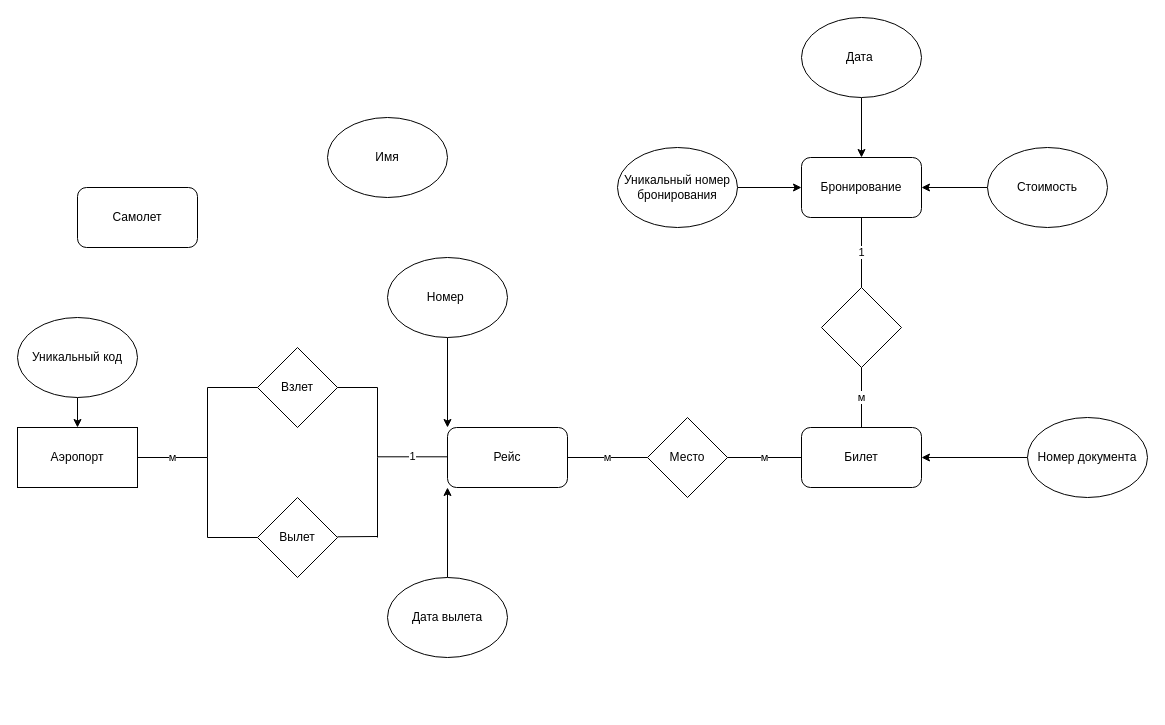
This is Диаграмма без названия.drawio from frorepelitta/1-cour, a draw.io file, before an edit. Source tidied: cells renumbered, new cells numbered last; positions are measured from the earlier drawing's top-left corner, leaving out a move shared by most shapes. Both pictures are drawn from the tidied source at 100%, with x=0, y=0 at pixel (17, 17).
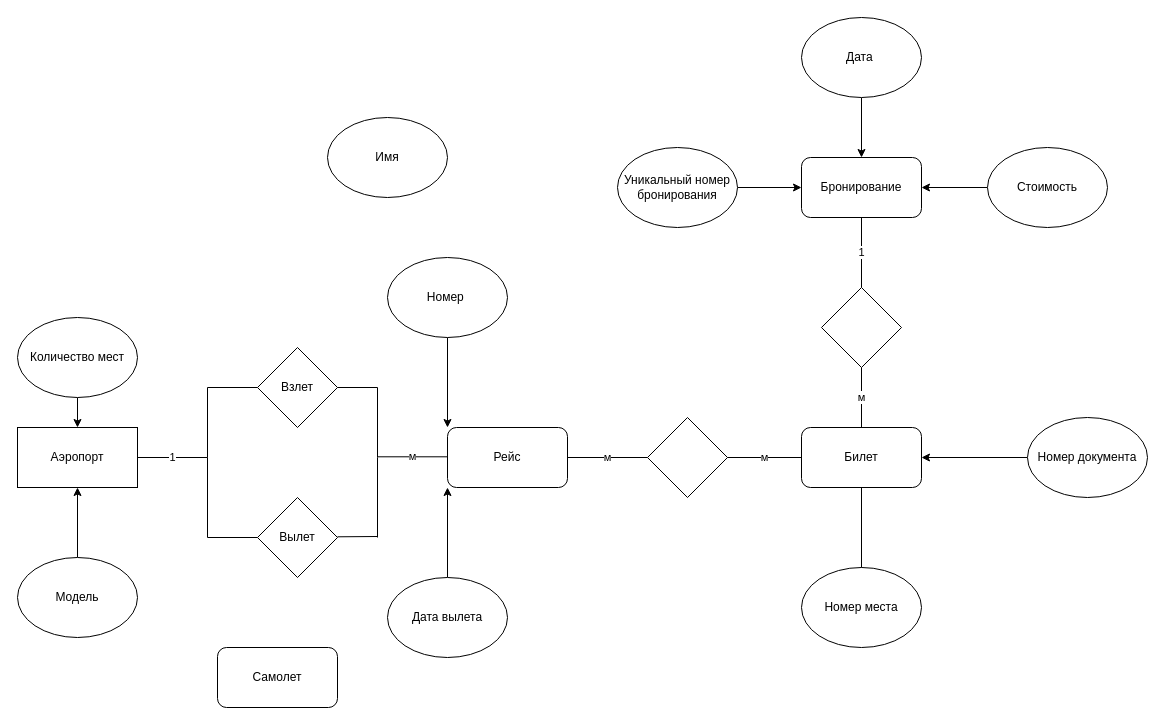
After the change.

Unchanged cells that the change refers to:
```xml
<mxCell id="3" value="Билет" style="rounded=1;whiteSpace=wrap;html=1;" parent="1" vertex="1">
  <mxGeometry x="784" y="410" width="120" height="60" as="geometry" />
</mxCell>
<mxCell id="18" value="Аэропорт" style="rounded=0;whiteSpace=wrap;html=1;" parent="1" vertex="1">
  <mxGeometry y="410" width="120" height="60" as="geometry" />
</mxCell>
```

The edit, as a diff of the source:
```diff
@@
-    <mxCell id="20" value="Уникальный код" style="ellipse;whiteSpace=wrap;html=1;" parent="1" vertex="1">
+    <mxCell id="20" value="Количество мест" style="ellipse;whiteSpace=wrap;html=1;" parent="1" vertex="1">
       <mxGeometry y="300" width="120" height="80" as="geometry" />
     </mxCell>
@@
-    <mxCell id="24" value="Место" style="rhombus;whiteSpace=wrap;html=1;" parent="1" vertex="1">
+    <mxCell id="24" style="rhombus;whiteSpace=wrap;html=1;" parent="1" vertex="1">
       <mxGeometry x="630" y="400" width="80" height="80" as="geometry" />
     </mxCell>
@@
-    <mxCell id="29" value="м" style="endArrow=none;html=1;rounded=0;entryX=1;entryY=0.5;entryDx=0;entryDy=0;" parent="1" edge="1" target="18">
+    <mxCell id="29" value="1" style="endArrow=none;html=1;rounded=0;entryX=1;entryY=0.5;entryDx=0;entryDy=0;" parent="1" edge="1" target="18">
       <mxGeometry relative="1" as="geometry">
         <mxPoint x="190" y="440" as="sourcePoint" />
       </mxGeometry>
     </mxCell>
@@
-    <mxCell id="37" value="1" style="endArrow=none;html=1;rounded=0;entryX=1;entryY=0.5;entryDx=0;entryDy=0;" parent="1" edge="1">
+    <mxCell id="37" value="м" style="endArrow=none;html=1;rounded=0;entryX=1;entryY=0.5;entryDx=0;entryDy=0;" parent="1" edge="1">
       <mxGeometry relative="1" as="geometry">
         <mxPoint x="430" y="439.3" as="sourcePoint" />
         <mxPoint x="360" y="439.3" as="targetPoint" />
       </mxGeometry>
     </mxCell>
@@
+    <mxCell id="40" style="edgeStyle=none;rounded=0;jettySize=auto;html=1;entryX=0.5;entryY=1;entryDx=0;entryDy=0;" parent="1" edge="1" source="41" target="18">
+      <mxGeometry relative="1" as="geometry" />
+    </mxCell>
+    <mxCell id="41" value="Модель" style="ellipse;whiteSpace=wrap;html=1;" parent="1" vertex="1">
+      <mxGeometry y="540" width="120" height="80" as="geometry" />
+    </mxCell>
+    <mxCell id="42" value="Номер места" style="ellipse;whiteSpace=wrap;html=1;" parent="1" vertex="1">
+      <mxGeometry x="784" y="550" width="120" height="80" as="geometry" />
+    </mxCell>
+    <mxCell id="43" style="endArrow=none;html=1;rounded=0;entryX=0.5;entryY=1;entryDx=0;entryDy=0;exitX=0.5;exitY=0;exitDx=0;exitDy=0;" parent="1" edge="1" source="42" target="3">
+      <mxGeometry relative="1" as="geometry" />
+    </mxCell>
     <mxCell id="39" value="Самолет" style="rounded=1;whiteSpace=wrap;html=1;" parent="1" vertex="1">
-      <mxGeometry x="60" y="170" width="120" height="60" as="geometry" />
+      <mxGeometry x="200" y="630" width="120" height="60" as="geometry" />
     </mxCell>
```
